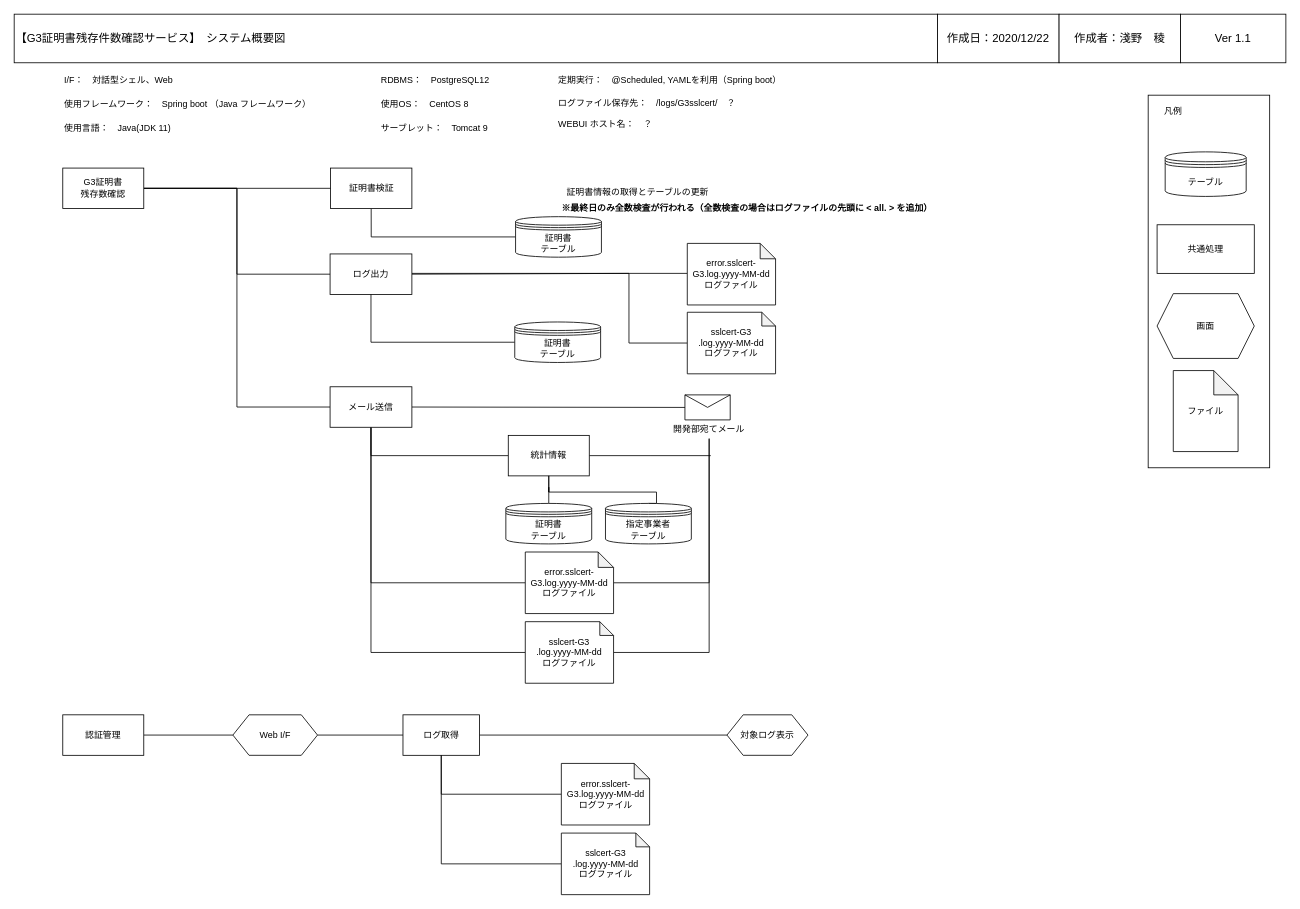
Before: page "システム概要図" (6 of 6) of UMLDiagram.drawio in r-asano/kaihatsubuKenshu, a draw.io diagram. Source tidied: cells renumbered, new cells numbered last; positions are measured from the earlier drawing's top-left corner, leaving out a move shared by most shapes. Both pictures are drawn from the tidied source at 81%, with x=0, y=0 at pixel (14, 14).
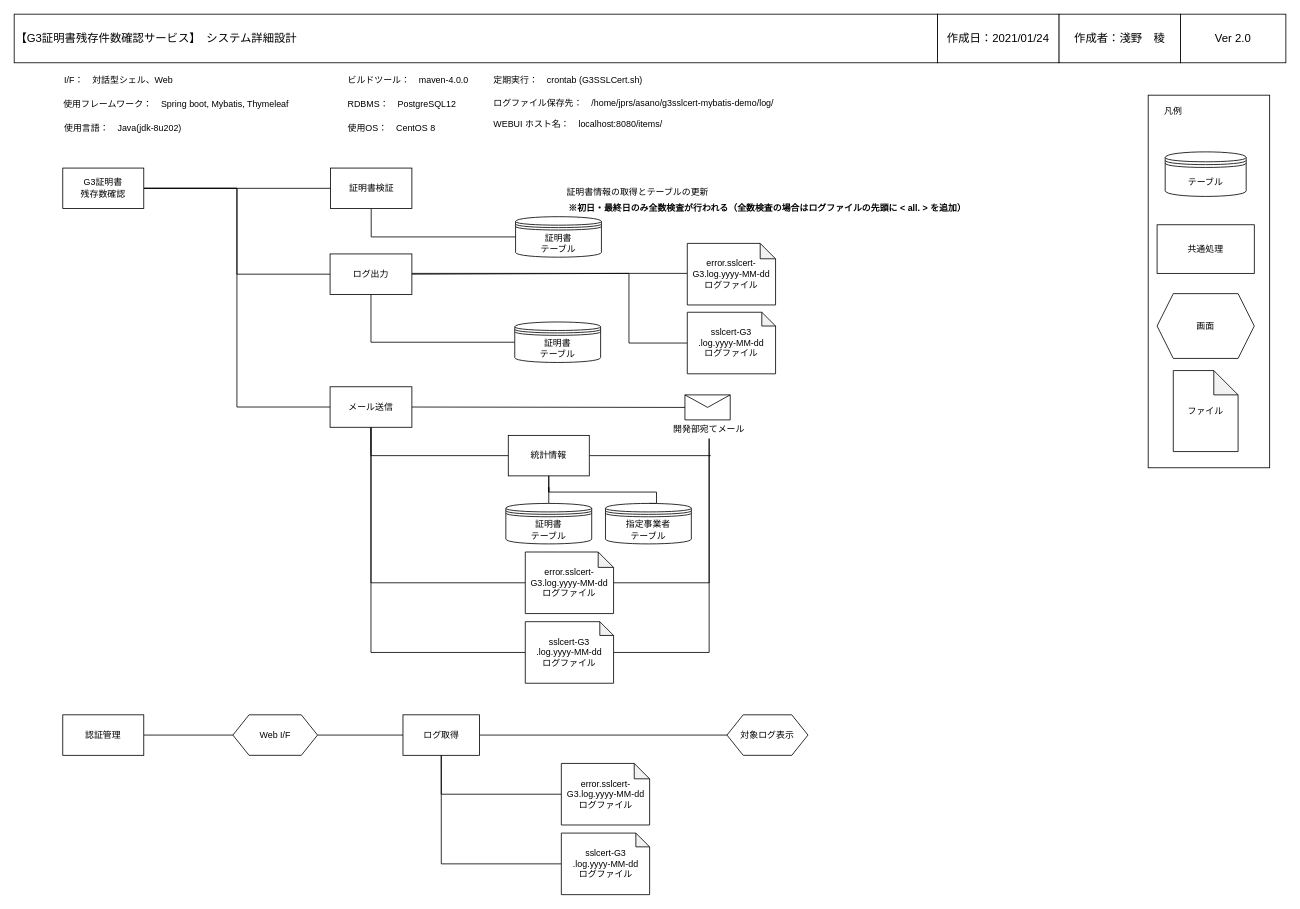
The same diagram, later.

Commit message (it also covers changes not shown here):
WEBUI　ログファイル参照消去

Change to the diagram source:
```diff
@@
-    <mxCell id="3" value="&lt;div style=&quot;font-size: 11px;&quot; align=&quot;left&quot;&gt;使用フレームワーク：　Spring boot （Java フレームワーク）&lt;/div&gt;" style="text;html=1;strokeColor=none;fillColor=none;align=left;verticalAlign=middle;whiteSpace=wrap;rounded=0;fontSize=11;" parent="1" vertex="1">
-      <mxGeometry x="60" y="96" width="390" height="30" as="geometry" />
+    <mxCell id="3" value="&lt;div style=&quot;font-size: 11px&quot; align=&quot;left&quot;&gt;使用フレームワーク：　Spring boot, Mybatis, Thymeleaf&lt;br&gt;&lt;/div&gt;" style="text;html=1;strokeColor=none;fillColor=none;align=left;verticalAlign=middle;whiteSpace=wrap;rounded=0;fontSize=11;" parent="1" vertex="1">
+      <mxGeometry x="59" y="96" width="390" height="30" as="geometry" />
     </mxCell>
-    <mxCell id="4" value="&lt;div style=&quot;font-size: 14px;&quot; align=&quot;left&quot;&gt;&lt;font style=&quot;font-size: 14px;&quot;&gt;【G3証明書残存件数確認サービス】　システム概要図&lt;/font&gt;&lt;/div&gt;" style="rounded=0;whiteSpace=wrap;html=1;align=left;fontSize=14;" parent="1" vertex="1">
+    <mxCell id="4" value="&lt;div style=&quot;font-size: 14px&quot; align=&quot;left&quot;&gt;&lt;font style=&quot;font-size: 14px&quot;&gt;【G3証明書残存件数確認サービス】　システム詳細設計&lt;/font&gt;&lt;/div&gt;" style="rounded=0;whiteSpace=wrap;html=1;align=left;fontSize=14;" parent="1" vertex="1">
       <mxGeometry width="1140" height="60" as="geometry" />
     </mxCell>
-    <mxCell id="5" value="&lt;font style=&quot;font-size: 14px&quot;&gt;作成日：2020/12/22&lt;/font&gt;" style="rounded=0;whiteSpace=wrap;html=1;fontSize=14;" parent="1" vertex="1">
+    <mxCell id="5" value="&lt;font style=&quot;font-size: 14px&quot;&gt;作成日：2021/01/24&lt;/font&gt;" style="rounded=0;whiteSpace=wrap;html=1;fontSize=14;" parent="1" vertex="1">
       <mxGeometry x="1140" width="150" height="60" as="geometry" />
     </mxCell>
@@
-    <mxCell id="7" value="&lt;font style=&quot;font-size: 14px&quot;&gt;Ver 1.1&lt;/font&gt;" style="rounded=0;whiteSpace=wrap;html=1;fontSize=14;" parent="1" vertex="1">
+    <mxCell id="7" value="&lt;font style=&quot;font-size: 14px&quot;&gt;Ver 2.0&lt;br&gt;&lt;/font&gt;" style="rounded=0;whiteSpace=wrap;html=1;fontSize=14;" parent="1" vertex="1">
       <mxGeometry x="1440" width="130" height="60" as="geometry" />
     </mxCell>
-    <mxCell id="8" value="&lt;div style=&quot;font-size: 11px;&quot; align=&quot;left&quot;&gt;使用言語：　Java(JDK 11)&lt;/div&gt;" style="text;html=1;strokeColor=none;fillColor=none;align=left;verticalAlign=middle;whiteSpace=wrap;rounded=0;fontSize=11;" parent="1" vertex="1">
+    <mxCell id="8" value="&lt;div style=&quot;font-size: 11px&quot; align=&quot;left&quot;&gt;使用言語：　Java(jdk-8u202)&lt;/div&gt;" style="text;html=1;strokeColor=none;fillColor=none;align=left;verticalAlign=middle;whiteSpace=wrap;rounded=0;fontSize=11;" parent="1" vertex="1">
       <mxGeometry x="60" y="126" width="170" height="30" as="geometry" />
     </mxCell>
     <mxCell id="9" value="&lt;div style=&quot;font-size: 11px&quot; align=&quot;left&quot;&gt;RDBMS：　PostgreSQL12&lt;/div&gt;" style="text;html=1;strokeColor=none;fillColor=none;align=left;verticalAlign=middle;whiteSpace=wrap;rounded=0;fontSize=11;" parent="1" vertex="1">
-      <mxGeometry x="451" y="66" width="169" height="30" as="geometry" />
+      <mxGeometry x="410" y="96" width="169" height="30" as="geometry" />
     </mxCell>
@@
-    <mxCell id="19" value="&lt;div style=&quot;font-size: 11px;&quot; align=&quot;left&quot;&gt;定期実行：　@Scheduled, YAMLを利用（Spring boot）&lt;/div&gt;" style="text;html=1;strokeColor=none;fillColor=none;align=left;verticalAlign=middle;whiteSpace=wrap;rounded=0;fontSize=11;" parent="1" vertex="1">
-      <mxGeometry x="670" y="66" width="310" height="30" as="geometry" />
+    <mxCell id="19" value="&lt;div style=&quot;font-size: 11px&quot; align=&quot;left&quot;&gt;定期実行：　crontab (G3SSLCert.sh)&lt;/div&gt;" style="text;html=1;strokeColor=none;fillColor=none;align=left;verticalAlign=middle;whiteSpace=wrap;rounded=0;fontSize=11;" parent="1" vertex="1">
+      <mxGeometry x="590" y="66" width="310" height="30" as="geometry" />
     </mxCell>
-    <mxCell id="20" value="サーブレット：　Tomcat 9" style="text;html=1;strokeColor=none;fillColor=none;align=left;verticalAlign=middle;whiteSpace=wrap;rounded=0;fontSize=11;" parent="1" vertex="1">
-      <mxGeometry x="451" y="126" width="189" height="30" as="geometry" />
-    </mxCell>
@@
-    <mxCell id="34" value="※最終日のみ全数検査が行われる（全数検査の場合はログファイルの先頭に &amp;lt; all. &amp;gt; を追加）" style="text;html=1;strokeColor=none;fillColor=none;align=center;verticalAlign=middle;whiteSpace=wrap;rounded=0;fontSize=11;fontStyle=1;" parent="1" vertex="1">
-      <mxGeometry x="660" y="230" width="490" height="20" as="geometry" />
+    <mxCell id="34" value="※初日・最終日のみ全数検査が行われる（全数検査の場合はログファイルの先頭に &amp;lt; all. &amp;gt; を追加）" style="text;html=1;strokeColor=none;fillColor=none;align=center;verticalAlign=middle;whiteSpace=wrap;rounded=0;fontSize=11;fontStyle=1;" parent="1" vertex="1">
+      <mxGeometry x="660" y="230" width="540" height="20" as="geometry" />
     </mxCell>
@@
     <mxCell id="39" value="使用OS：　CentOS 8" style="text;html=1;strokeColor=none;fillColor=none;align=left;verticalAlign=middle;whiteSpace=wrap;rounded=0;fontSize=11;" parent="1" vertex="1">
-      <mxGeometry x="451" y="96" width="150" height="30" as="geometry" />
+      <mxGeometry x="410" y="126" width="150" height="30" as="geometry" />
     </mxCell>
-    <mxCell id="40" value="&lt;div style=&quot;font-size: 11px;&quot; align=&quot;left&quot;&gt;ログファイル保存先：　/logs/G3sslcert/　？&lt;/div&gt;" style="text;html=1;strokeColor=none;fillColor=none;align=left;verticalAlign=middle;whiteSpace=wrap;rounded=0;shadow=1;fontSize=11;" parent="1" vertex="1">
-      <mxGeometry x="670" y="100" width="260" height="20" as="geometry" />
+    <mxCell id="40" value="&lt;div style=&quot;font-size: 11px&quot; align=&quot;left&quot;&gt;ログファイル保存先：　/home/jprs/asano/g3sslcert-mybatis-demo/log/&lt;/div&gt;" style="text;html=1;strokeColor=none;fillColor=none;align=left;verticalAlign=middle;whiteSpace=wrap;rounded=0;shadow=1;fontSize=11;" parent="1" vertex="1">
+      <mxGeometry x="590" y="100" width="380" height="20" as="geometry" />
     </mxCell>
-    <mxCell id="41" value="&lt;div style=&quot;font-size: 11px&quot; align=&quot;left&quot;&gt;WEBUI ホスト名：　？&lt;/div&gt;" style="text;html=1;strokeColor=none;fillColor=none;align=left;verticalAlign=middle;whiteSpace=wrap;rounded=0;shadow=1;fontSize=11;" parent="1" vertex="1">
-      <mxGeometry x="670" y="126" width="260" height="20" as="geometry" />
+    <mxCell id="41" value="&lt;div style=&quot;font-size: 11px&quot; align=&quot;left&quot;&gt;WEBUI ホスト名：　localhost:8080/items/&lt;/div&gt;" style="text;html=1;strokeColor=none;fillColor=none;align=left;verticalAlign=middle;whiteSpace=wrap;rounded=0;shadow=1;fontSize=11;" parent="1" vertex="1">
+      <mxGeometry x="590" y="126" width="260" height="20" as="geometry" />
     </mxCell>
@@
+    <mxCell id="66" value="&lt;div style=&quot;font-size: 11px&quot; align=&quot;left&quot;&gt;ビルドツール：　maven-4.0.0&lt;/div&gt;" style="text;html=1;strokeColor=none;fillColor=none;align=left;verticalAlign=middle;whiteSpace=wrap;rounded=0;fontSize=11;" parent="1" vertex="1">
+      <mxGeometry x="410" y="66" width="169" height="30" as="geometry" />
+    </mxCell>
```
